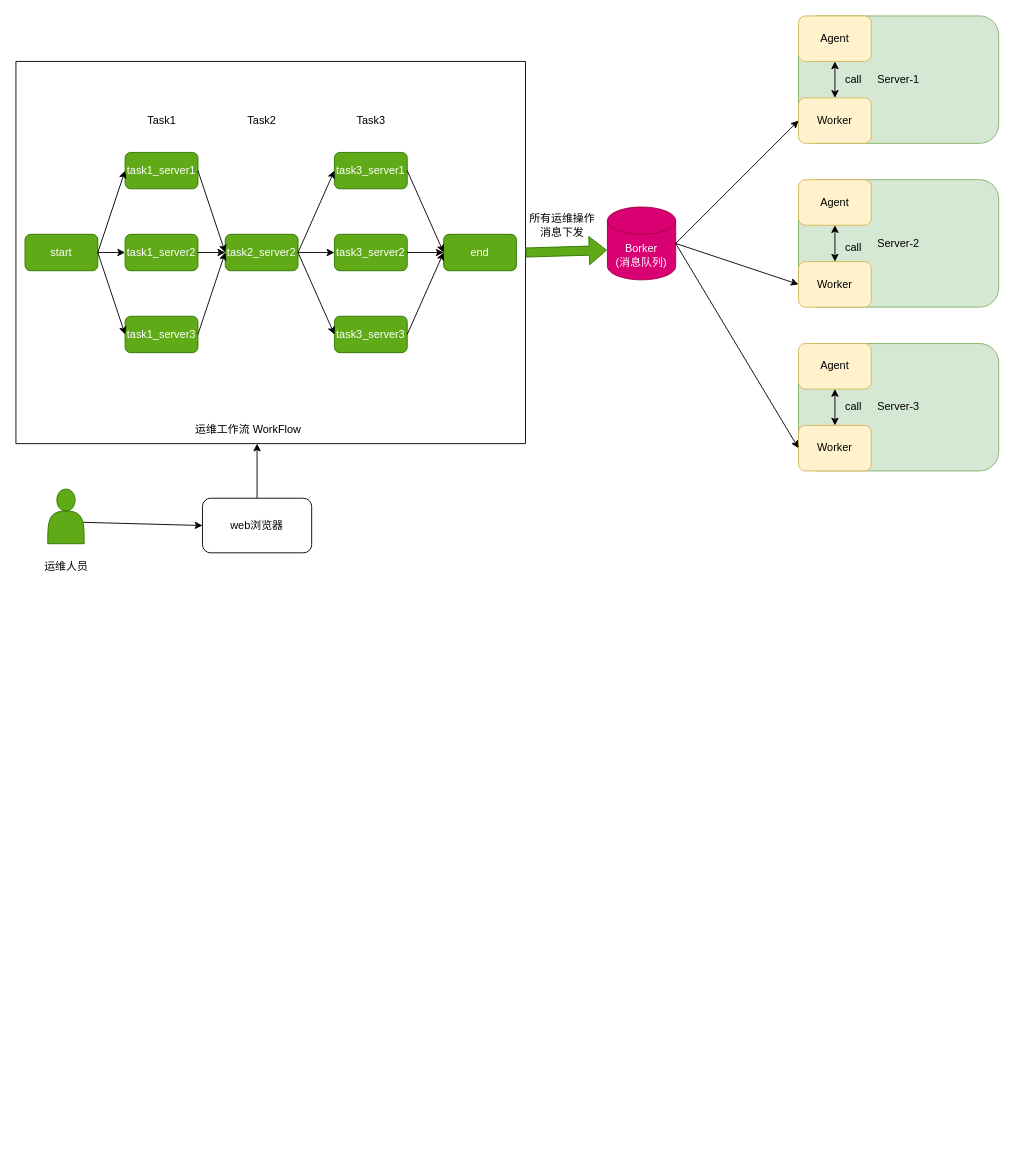
yihezhou/diagrams keeps this draw.io diagram as 一种基于工作流和分布式消息的IT运维平台设计方法.drawio. Above is the earlier version. Source tidied: cells renumbered, new cells numbered last; positions are measured from the earlier drawing's top-left corner, leaving out a move shared by most shapes. Both pictures are drawn from the tidied source at 91%, with x=0, y=0 at pixel (15, 15).
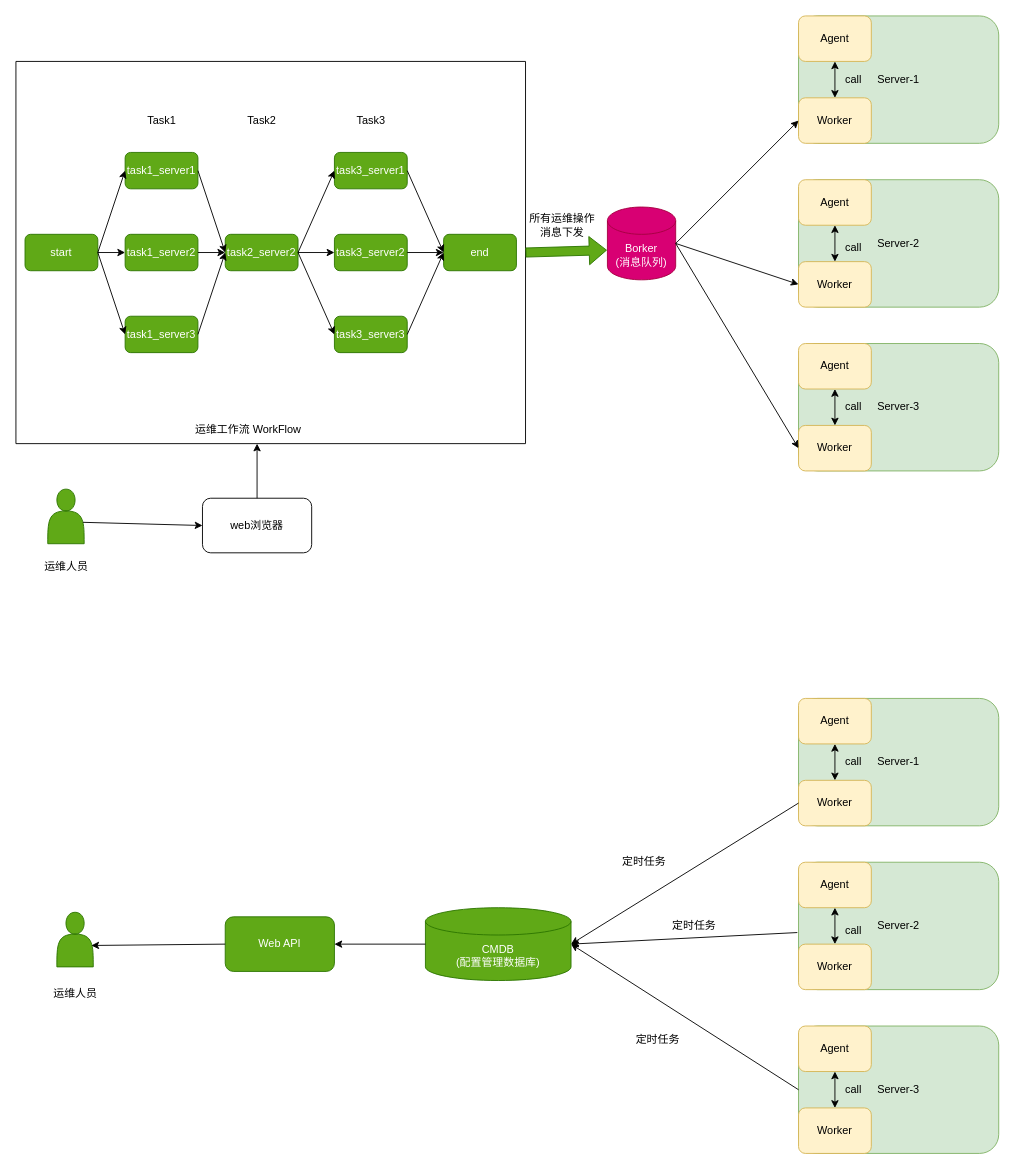
After the change.

Commit message (it also covers changes not shown here):
更新一种基于工作流和分布式消息的IT运维平台设计方法.drawio

Diff of the diagram source:
```diff
@@
+    <mxCell id="54" value="Server-1" style="rounded=1;whiteSpace=wrap;html=1;fillColor=#d5e8d4;strokeColor=#82b366;" parent="1" vertex="1">
+      <mxGeometry x="860" y="750" width="220" height="140" as="geometry" />
+    </mxCell>
+    <mxCell id="55" value="Agent" style="rounded=1;whiteSpace=wrap;html=1;fillColor=#fff2cc;strokeColor=#d6b656;" parent="1" vertex="1">
+      <mxGeometry x="860" y="750" width="80" height="50" as="geometry" />
+    </mxCell>
+    <mxCell id="56" value="Worker" style="rounded=1;whiteSpace=wrap;html=1;fillColor=#fff2cc;strokeColor=#d6b656;" parent="1" vertex="1">
+      <mxGeometry x="860" y="840" width="80" height="50" as="geometry" />
+    </mxCell>
+    <mxCell id="57" value="Server-2" style="rounded=1;whiteSpace=wrap;html=1;fillColor=#d5e8d4;strokeColor=#82b366;" parent="1" vertex="1">
+      <mxGeometry x="860" y="930" width="220" height="140" as="geometry" />
+    </mxCell>
+    <mxCell id="58" value="Agent" style="rounded=1;whiteSpace=wrap;html=1;fillColor=#fff2cc;strokeColor=#d6b656;" parent="1" vertex="1">
+      <mxGeometry x="860" y="930" width="80" height="50" as="geometry" />
+    </mxCell>
+    <mxCell id="59" value="Worker" style="rounded=1;whiteSpace=wrap;html=1;fillColor=#fff2cc;strokeColor=#d6b656;" parent="1" vertex="1">
+      <mxGeometry x="860" y="1020" width="80" height="50" as="geometry" />
+    </mxCell>
+    <mxCell id="60" value="Server-3" style="rounded=1;whiteSpace=wrap;html=1;fillColor=#d5e8d4;strokeColor=#82b366;" parent="1" vertex="1">
+      <mxGeometry x="860" y="1110" width="220" height="140" as="geometry" />
+    </mxCell>
+    <mxCell id="61" value="Agent" style="rounded=1;whiteSpace=wrap;html=1;fillColor=#fff2cc;strokeColor=#d6b656;" parent="1" vertex="1">
+      <mxGeometry x="860" y="1110" width="80" height="50" as="geometry" />
+    </mxCell>
+    <mxCell id="62" value="Worker" style="rounded=1;whiteSpace=wrap;html=1;fillColor=#fff2cc;strokeColor=#d6b656;" parent="1" vertex="1">
+      <mxGeometry x="860" y="1200" width="80" height="50" as="geometry" />
+    </mxCell>
+    <mxCell id="63" style="endArrow=classic;startArrow=classic;html=1;rounded=0;entryX=0.5;entryY=1;entryDx=0;entryDy=0;exitX=0.5;exitY=0;exitDx=0;exitDy=0;" parent="1" edge="1" source="62" target="61">
+      <mxGeometry relative="1" as="geometry" />
+    </mxCell>
+    <mxCell id="64" style="endArrow=classic;startArrow=classic;html=1;rounded=0;entryX=0.5;entryY=1;entryDx=0;entryDy=0;" parent="1" edge="1" target="58">
+      <mxGeometry relative="1" as="geometry">
+        <mxPoint x="900" y="1020" as="sourcePoint" />
+      </mxGeometry>
+    </mxCell>
+    <mxCell id="65" style="endArrow=classic;startArrow=classic;html=1;rounded=0;entryX=0.5;entryY=1;entryDx=0;entryDy=0;exitX=0.5;exitY=0;exitDx=0;exitDy=0;" parent="1" edge="1" source="56" target="55">
+      <mxGeometry relative="1" as="geometry" />
+    </mxCell>
+    <mxCell id="66" value="call" style="text;html=1;align=center;verticalAlign=middle;strokeColor=none;fillColor=none;" parent="1" vertex="1">
+      <mxGeometry x="900" y="1165" width="40" height="30" as="geometry" />
+    </mxCell>
+    <mxCell id="67" value="call" style="text;html=1;align=center;verticalAlign=middle;strokeColor=none;fillColor=none;" parent="1" vertex="1">
+      <mxGeometry x="900" y="990" width="40" height="30" as="geometry" />
+    </mxCell>
+    <mxCell id="68" value="call" style="text;html=1;align=center;verticalAlign=middle;strokeColor=none;fillColor=none;" parent="1" vertex="1">
+      <mxGeometry x="900" y="805" width="40" height="30" as="geometry" />
+    </mxCell>
+    <mxCell id="69" value="CMDB&lt;br&gt;(配置管理数据库)" style="shape=cylinder3;whiteSpace=wrap;html=1;boundedLbl=1;backgroundOutline=1;size=15;fillColor=#60a917;fontColor=#ffffff;strokeColor=#2D7600;" parent="1" vertex="1">
+      <mxGeometry x="450" y="980" width="160" height="80" as="geometry" />
+    </mxCell>
+    <mxCell id="70" style="endArrow=classic;html=1;rounded=0;entryX=1;entryY=0.5;entryDx=0;entryDy=0;entryPerimeter=0;exitX=0;exitY=0.5;exitDx=0;exitDy=0;" parent="1" edge="1" source="56" target="69">
+      <mxGeometry relative="1" as="geometry" />
+    </mxCell>
+    <mxCell id="71" value="定时任务" style="text;html=1;align=center;verticalAlign=middle;strokeColor=none;fillColor=none;" parent="1" vertex="1">
+      <mxGeometry x="655" y="915" width="70" height="30" as="geometry" />
+    </mxCell>
+    <mxCell id="72" style="endArrow=classic;html=1;rounded=0;entryX=1;entryY=0.5;entryDx=0;entryDy=0;entryPerimeter=0;exitX=-0.006;exitY=0.552;exitDx=0;exitDy=0;exitPerimeter=0;" parent="1" edge="1" source="57" target="69">
+      <mxGeometry relative="1" as="geometry" />
+    </mxCell>
+    <mxCell id="73" style="endArrow=classic;html=1;rounded=0;exitX=0;exitY=0.5;exitDx=0;exitDy=0;" parent="1" edge="1" source="60">
+      <mxGeometry relative="1" as="geometry">
+        <mxPoint x="610" y="1020" as="targetPoint" />
+      </mxGeometry>
+    </mxCell>
+    <mxCell id="74" value="定时任务" style="text;html=1;align=center;verticalAlign=middle;strokeColor=none;fillColor=none;" parent="1" vertex="1">
+      <mxGeometry x="710" y="985" width="70" height="30" as="geometry" />
+    </mxCell>
+    <mxCell id="75" value="定时任务" style="text;html=1;align=center;verticalAlign=middle;strokeColor=none;fillColor=none;" parent="1" vertex="1">
+      <mxGeometry x="670" y="1110" width="70" height="30" as="geometry" />
+    </mxCell>
+    <mxCell id="76" value="Web API" style="rounded=1;whiteSpace=wrap;html=1;fillColor=#60a917;fontColor=#ffffff;strokeColor=#2D7600;" parent="1" vertex="1">
+      <mxGeometry x="230" y="990" width="120" height="60" as="geometry" />
+    </mxCell>
+    <mxCell id="77" style="shape=actor;whiteSpace=wrap;html=1;fillColor=#60a917;fontColor=#ffffff;strokeColor=#2D7600;" parent="1" vertex="1">
+      <mxGeometry x="45" y="985" width="40" height="60" as="geometry" />
+    </mxCell>
+    <mxCell id="78" value="运维人员" style="text;html=1;align=center;verticalAlign=middle;strokeColor=none;fillColor=none;" parent="1" vertex="1">
+      <mxGeometry x="30" y="1060" width="70" height="30" as="geometry" />
+    </mxCell>
+    <mxCell id="79" style="endArrow=classic;html=1;rounded=0;entryX=1;entryY=0.5;entryDx=0;entryDy=0;exitX=0;exitY=0.5;exitDx=0;exitDy=0;exitPerimeter=0;" parent="1" edge="1" source="69" target="76">
+      <mxGeometry relative="1" as="geometry" />
+    </mxCell>
+    <mxCell id="80" style="endArrow=classic;html=1;rounded=0;entryX=0.946;entryY=0.608;entryDx=0;entryDy=0;entryPerimeter=0;" parent="1" edge="1" target="77">
+      <mxGeometry relative="1" as="geometry">
+        <mxPoint x="230" y="1020" as="sourcePoint" />
+      </mxGeometry>
+    </mxCell>
```
